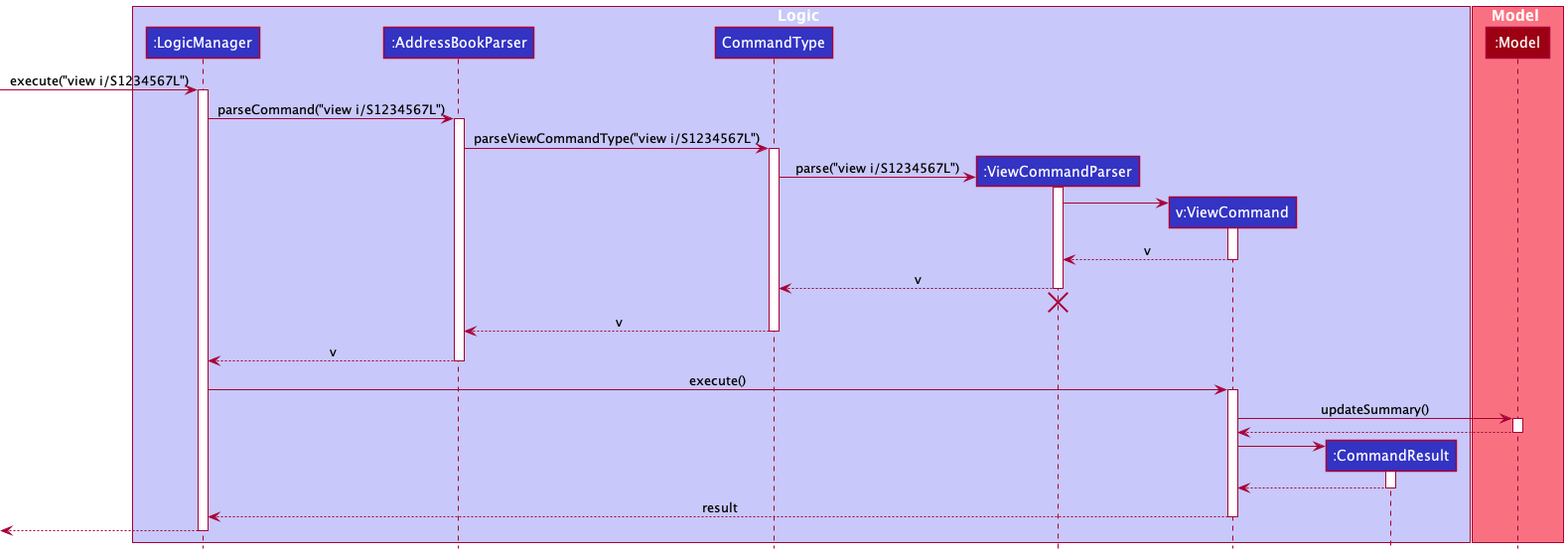
nus-cs2103-AY2122S2/tp keeps this PlantUML diagram as docs/images/SummarySequenceDiagram.png. Above is the earlier version. Source of this version:
```plantuml
@startuml
!include style.puml

box Logic LOGIC_COLOR_T1
participant ":LogicManager" as LogicManager LOGIC_COLOR
participant ":AddressBookParser" as AddressBookParser LOGIC_COLOR
participant "CommandType" as CommandType LOGIC_COLOR
participant ":ViewCommandParser" as ViewCommandParser LOGIC_COLOR
participant "v:ViewCommand" as ViewCommand LOGIC_COLOR
participant ":CommandResult" as CommandResult LOGIC_COLOR
end box

box Model MODEL_COLOR_T1
participant ":Model" as Model MODEL_COLOR
end box

[-> LogicManager : execute("view i/S1234567L")
activate LogicManager

LogicManager -> AddressBookParser : parseCommand("view i/S1234567L")
activate AddressBookParser

AddressBookParser -> CommandType : parseViewCommandType("view i/S1234567L")
activate CommandType

create ViewCommandParser
CommandType -> ViewCommandParser : parse("view i/S1234567L")
activate ViewCommandParser

create ViewCommand
ViewCommandParser -> ViewCommand
activate ViewCommand

ViewCommand --> ViewCommandParser : v
deactivate ViewCommand

ViewCommandParser --> CommandType : v
deactivate ViewCommandParser
ViewCommandParser -[hidden]-> CommandType
destroy ViewCommandParser

CommandType --> AddressBookParser : v
deactivate CommandType

AddressBookParser --> LogicManager : v
deactivate AddressBookParser

LogicManager -> ViewCommand : execute()
activate ViewCommand

ViewCommand -> Model : updateSummary()
activate Model

Model --> ViewCommand
deactivate Model

create CommandResult
ViewCommand -> CommandResult
activate CommandResult

CommandResult --> ViewCommand
deactivate CommandResult

ViewCommand --> LogicManager : result
deactivate ViewCommand

[<--LogicManager
deactivate LogicManager
@enduml
```
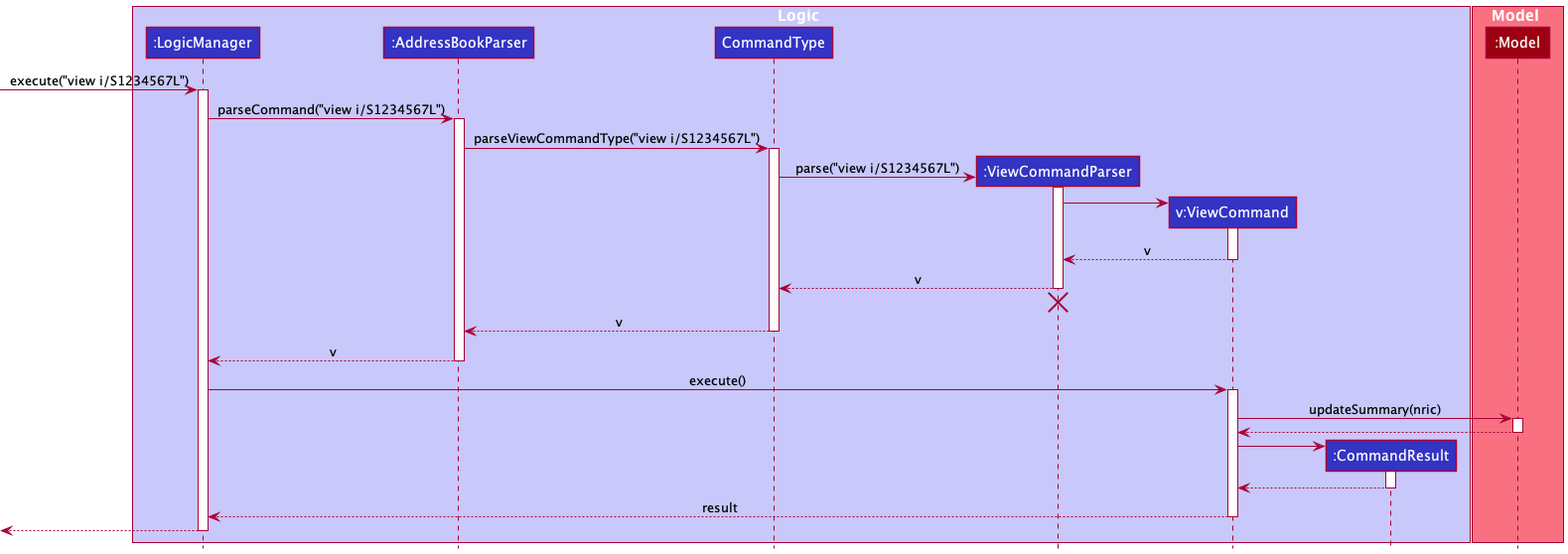
Above is the later version.

What changed in the source:
```diff
@@ -48,7 +48,7 @@
 LogicManager -> ViewCommand : execute()
 activate ViewCommand
 
-ViewCommand -> Model : updateSummary()
+ViewCommand -> Model : updateSummary(nric)
 activate Model
 
 Model --> ViewCommand
```
